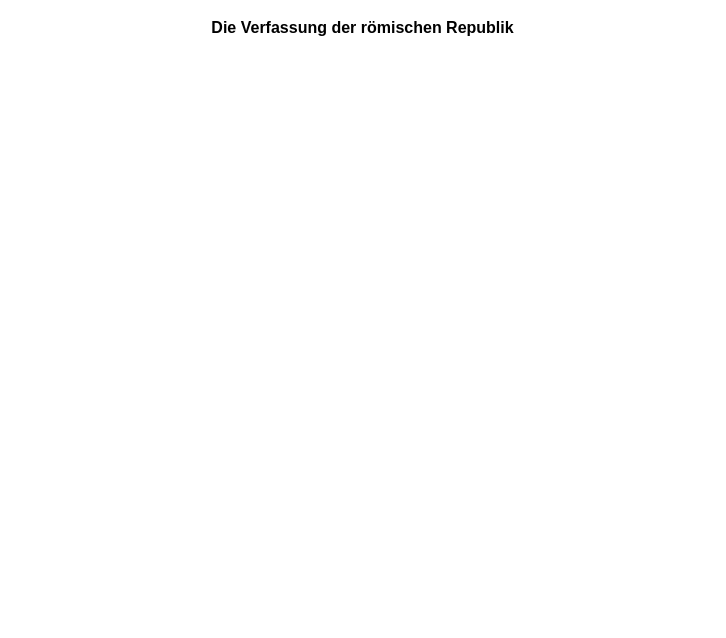
Above: Verfassung römische Republik (nach Barceló 1994).drawio in eike-code/eike-code.github.io (draw.io), before the change. Source tidied: cells renumbered, new cells numbered last; positions are measured from the earlier drawing's top-left corner, leaving out a move shared by most shapes. Both pictures are drawn from the tidied source at 100%, with x=0, y=0 at pixel (197, 17).
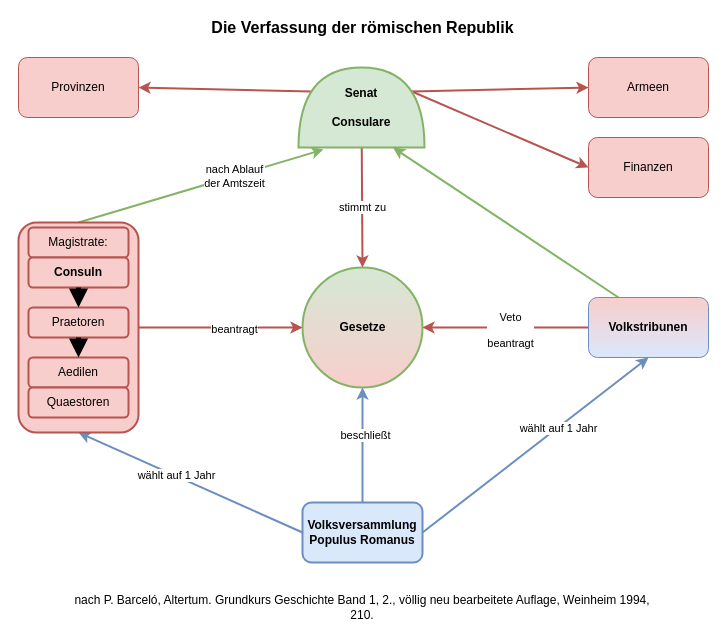
Above is the later version.

The edit, as a diff of the source:
```diff
@@
+    <mxCell id="3" value="&lt;b&gt;&lt;font face=&quot;Cardo&quot;&gt;Gesetze&lt;/font&gt;&lt;/b&gt;" style="ellipse;html=1;strokeWidth=2;fillColor=#d5e8d4;strokeColor=#82b366;gradientColor=#F8CeCC;" parent="1" vertex="1">
+      <mxGeometry x="105" y="250" width="120" height="120" as="geometry" />
+    </mxCell>
+    <mxCell id="4" value="&lt;font face=&quot;Cardo&quot;&gt;stimmt zu&lt;br&gt;&lt;/font&gt;" style="rounded=0;jettySize=auto;html=1;entryX=0.5;entryY=0;entryDx=0;entryDy=0;strokeWidth=2;fillColor=#f8cecc;strokeColor=#b85450;" parent="1" edge="1" source="8" target="3">
+      <mxGeometry relative="1" as="geometry" />
+    </mxCell>
+    <mxCell id="5" style="jettySize=auto;html=1;exitX=0.7;exitY=0.9;exitDx=0;exitDy=0;exitPerimeter=0;entryX=0;entryY=0.5;entryDx=0;entryDy=0;startArrow=none;startFill=0;endArrow=classic;endFill=1;strokeColor=#b85450;rounded=0;strokeWidth=2;fillColor=#f8cecc;" parent="1" edge="1" source="8" target="20">
+      <mxGeometry relative="1" as="geometry" />
+    </mxCell>
+    <mxCell id="6" style="edgeStyle=none;rounded=0;jettySize=auto;html=1;exitX=0.7;exitY=0.9;exitDx=0;exitDy=0;exitPerimeter=0;entryX=0;entryY=0.5;entryDx=0;entryDy=0;startArrow=none;startFill=0;endArrow=classic;endFill=1;strokeColor=#b85450;fillColor=#f8cecc;strokeWidth=2;" parent="1" edge="1" source="8" target="21">
+      <mxGeometry relative="1" as="geometry" />
+    </mxCell>
+    <mxCell id="7" style="edgeStyle=none;rounded=0;jettySize=auto;html=1;exitX=0.7;exitY=0.1;exitDx=0;exitDy=0;exitPerimeter=0;entryX=1;entryY=0.5;entryDx=0;entryDy=0;startArrow=none;startFill=0;endArrow=classic;endFill=1;strokeColor=#b85450;fillColor=#f8cecc;strokeWidth=2;" parent="1" edge="1" source="8" target="22">
+      <mxGeometry relative="1" as="geometry" />
+    </mxCell>
+    <mxCell id="8" value="&lt;div&gt;&lt;b&gt;&lt;font face=&quot;Cardo&quot;&gt;Senat&lt;/font&gt;&lt;/b&gt;&lt;/div&gt;&lt;div&gt;&lt;b&gt;&lt;font face=&quot;Cardo&quot;&gt;&lt;br&gt;&lt;/font&gt;&lt;/b&gt;&lt;/div&gt;&lt;div&gt;&lt;b&gt;&lt;font face=&quot;Cardo&quot;&gt;Consulare&lt;br&gt;&lt;/font&gt;&lt;/b&gt;&lt;/div&gt;" style="shape=or;whiteSpace=wrap;html=1;direction=north;strokeWidth=2;fillColor=#d5e8d4;strokeColor=#82b366;" parent="1" vertex="1">
+      <mxGeometry x="101" y="50" width="126" height="80" as="geometry" />
+    </mxCell>
+    <mxCell id="9" style="rounded=0;jettySize=auto;html=1;entryX=0.5;entryY=1;entryDx=0;entryDy=0;fillColor=#dae8fc;strokeColor=#6c8ebf;strokeWidth=2;" parent="1" edge="1" source="15" target="3">
+      <mxGeometry relative="1" as="geometry" />
+    </mxCell>
+    <mxCell id="10" value="&lt;font face=&quot;Cardo&quot;&gt;beschließt&lt;/font&gt;" style="edgeLabel;html=1;align=center;verticalAlign=middle;" parent="9" vertex="1">
+      <mxGeometry x="0.18" y="-2" relative="1" as="geometry" />
+    </mxCell>
+    <mxCell id="11" style="edgeStyle=none;rounded=0;jettySize=auto;html=1;exitX=1;exitY=0.5;exitDx=0;exitDy=0;entryX=0.5;entryY=1;entryDx=0;entryDy=0;startArrow=none;startFill=0;endArrow=classic;endFill=1;strokeColor=#6c8ebf;fillColor=#dae8fc;strokeWidth=2;" parent="1" edge="1" source="15" target="19">
+      <mxGeometry relative="1" as="geometry" />
+    </mxCell>
+    <mxCell id="12" value="&lt;font face=&quot;Cardo&quot;&gt;wählt auf 1 Jahr&lt;br&gt;&lt;/font&gt;" style="edgeLabel;html=1;align=center;verticalAlign=middle;" parent="11" vertex="1">
+      <mxGeometry x="0.19" relative="1" as="geometry">
+        <mxPoint x="1" as="offset" />
+      </mxGeometry>
+    </mxCell>
+    <mxCell id="13" style="edgeStyle=none;rounded=0;jettySize=auto;html=1;exitX=0;exitY=0.5;exitDx=0;exitDy=0;entryX=0.5;entryY=1;entryDx=0;entryDy=0;startArrow=none;startFill=0;endArrow=classic;endFill=1;strokeColor=#6c8ebf;strokeWidth=2;fillColor=#dae8fc;" parent="1" edge="1" source="15" target="28">
+      <mxGeometry relative="1" as="geometry" />
+    </mxCell>
+    <mxCell id="14" value="wählt auf 1 Jahr" style="edgeLabel;html=1;align=center;verticalAlign=middle;" parent="13" vertex="1">
+      <mxGeometry x="0.13" y="-1" relative="1" as="geometry" />
+    </mxCell>
+    <mxCell id="15" value="&lt;div&gt;&lt;b&gt;&lt;font face=&quot;Cardo&quot;&gt;Volksversammlung&lt;/font&gt;&lt;/b&gt;&lt;/div&gt;&lt;div&gt;&lt;b&gt;&lt;font face=&quot;Cardo&quot;&gt;Populus Romanus&lt;br&gt;&lt;/font&gt;&lt;/b&gt;&lt;/div&gt;" style="rounded=1;whiteSpace=wrap;html=1;strokeWidth=2;fillColor=#dae8fc;strokeColor=#6c8ebf;" parent="1" vertex="1">
+      <mxGeometry x="105" y="485" width="120" height="60" as="geometry" />
+    </mxCell>
+    <mxCell id="16" style="rounded=0;jettySize=auto;html=1;entryX=1;entryY=0.5;entryDx=0;entryDy=0;endArrow=classic;endFill=1;startArrow=none;startFill=0;strokeWidth=2;fillColor=#f8cecc;strokeColor=#b85450;" parent="1" edge="1" source="19" target="3">
+      <mxGeometry relative="1" as="geometry" />
+    </mxCell>
+    <mxCell id="17" value="&lt;div&gt;&lt;font face=&quot;Cardo&quot;&gt;Veto&lt;/font&gt;&lt;/div&gt;&lt;div&gt;&lt;font face=&quot;Cardo&quot;&gt;&lt;br&gt;&lt;/font&gt;&lt;/div&gt;&lt;div&gt;&lt;font face=&quot;Cardo&quot;&gt;beantragt&lt;/font&gt;&lt;/div&gt;" style="edgeLabel;html=1;align=center;verticalAlign=middle;" parent="16" vertex="1">
+      <mxGeometry x="-0.05" y="2" relative="1" as="geometry" />
+    </mxCell>
+    <mxCell id="18" style="jettySize=auto;html=1;exitX=0.25;exitY=0;exitDx=0;exitDy=0;entryX=0;entryY=0.75;entryDx=0;entryDy=0;entryPerimeter=0;startArrow=none;startFill=0;endArrow=classic;endFill=1;strokeColor=#82b366;fillColor=#d5e8d4;strokeWidth=2;" parent="1" edge="1" source="19" target="8">
+      <mxGeometry relative="1" as="geometry" />
+    </mxCell>
+    <mxCell id="19" value="&lt;b&gt;&lt;font face=&quot;Cardo&quot;&gt;Volkstribunen&lt;/font&gt;&lt;/b&gt;" style="rounded=1;whiteSpace=wrap;html=1;strokeColor=#6c8ebf;gradientColor=#DAE8FC;fillColor=#F8CECC;" parent="1" vertex="1">
+      <mxGeometry x="391" y="280" width="120" height="60" as="geometry" />
+    </mxCell>
+    <mxCell id="20" value="&lt;div&gt;&lt;font face=&quot;Cardo&quot;&gt;Armeen&lt;/font&gt;&lt;/div&gt;" style="rounded=1;whiteSpace=wrap;html=1;fillColor=#f8cecc;strokeColor=#b85450;" parent="1" vertex="1">
+      <mxGeometry x="391" y="40" width="120" height="60" as="geometry" />
+    </mxCell>
+    <mxCell id="21" value="&lt;font face=&quot;Cardo&quot;&gt;Finanzen&lt;/font&gt;" style="rounded=1;whiteSpace=wrap;html=1;fillColor=#f8cecc;strokeColor=#b85450;" parent="1" vertex="1">
+      <mxGeometry x="391" y="120" width="120" height="60" as="geometry" />
+    </mxCell>
+    <mxCell id="22" value="&lt;font face=&quot;Cardo&quot;&gt;Provinzen&lt;/font&gt;" style="rounded=1;whiteSpace=wrap;html=1;fillColor=#f8cecc;strokeColor=#b85450;" parent="1" vertex="1">
+      <mxGeometry x="-179" y="40" width="120" height="60" as="geometry" />
+    </mxCell>
+    <mxCell id="23" style="edgeStyle=none;rounded=0;jettySize=auto;html=1;exitX=1;exitY=0.5;exitDx=0;exitDy=0;entryX=0;entryY=0.5;entryDx=0;entryDy=0;startArrow=none;startFill=0;endArrow=classic;endFill=1;strokeColor=#b85450;strokeWidth=2;fillColor=#f8cecc;" parent="1" edge="1" source="28" target="3">
+      <mxGeometry relative="1" as="geometry" />
+    </mxCell>
+    <mxCell id="24" value="beantragt" style="edgeLabel;html=1;align=center;verticalAlign=middle;" parent="23" vertex="1">
+      <mxGeometry x="0.16" y="-1" relative="1" as="geometry" />
+    </mxCell>
+    <mxCell id="25" style="edgeStyle=none;rounded=0;jettySize=auto;html=1;exitX=0.5;exitY=0;exitDx=0;exitDy=0;entryX=-0.025;entryY=0.198;entryDx=0;entryDy=0;entryPerimeter=0;startArrow=none;startFill=0;endArrow=classic;endFill=1;strokeColor=#82b366;strokeWidth=2;fillColor=#d5e8d4;" parent="1" edge="1" source="28" target="8">
+      <mxGeometry relative="1" as="geometry" />
+    </mxCell>
+    <mxCell id="26" value="&lt;div&gt;nach Ablauf &lt;br&gt;&lt;/div&gt;&lt;div&gt;der Amtszeit&lt;/div&gt;" style="edgeLabel;html=1;align=center;verticalAlign=middle;" parent="25" vertex="1">
+      <mxGeometry x="0.27" relative="1" as="geometry" />
+    </mxCell>
+    <mxCell id="27" style="group;fillColor=#f8cecc;strokeColor=#b85450;rounded=1;" parent="1" vertex="1">
+      <mxGeometry x="-179" y="205" width="120" height="210" as="geometry" />
+    </mxCell>
+    <mxCell id="28" style="rounded=1;whiteSpace=wrap;html=1;strokeWidth=2;fillColor=#f8cecc;strokeColor=#b85450;" parent="27" vertex="1">
+      <mxGeometry width="120" height="210" as="geometry" />
+    </mxCell>
+    <mxCell id="29" value="Magistrate:" style="rounded=1;whiteSpace=wrap;html=1;strokeWidth=2;fillColor=#f8cecc;strokeColor=#b85450;" parent="27" vertex="1">
+      <mxGeometry x="10" y="5" width="100" height="30" as="geometry" />
+    </mxCell>
+    <mxCell id="30" value="&lt;b&gt;Consuln&lt;/b&gt;" style="rounded=1;whiteSpace=wrap;html=1;strokeWidth=2;fillColor=#f8cecc;strokeColor=#b85450;" parent="27" vertex="1">
+      <mxGeometry x="10" y="35" width="100" height="30" as="geometry" />
+    </mxCell>
+    <mxCell id="31" value="Praetoren" style="rounded=1;whiteSpace=wrap;html=1;strokeWidth=2;fillColor=#f8cecc;strokeColor=#b85450;" parent="27" vertex="1">
+      <mxGeometry x="10" y="85" width="100" height="30" as="geometry" />
+    </mxCell>
+    <mxCell id="32" value="Aedilen" style="rounded=1;whiteSpace=wrap;html=1;strokeWidth=2;fillColor=#f8cecc;strokeColor=#b85450;" parent="27" vertex="1">
+      <mxGeometry x="10" y="135" width="100" height="30" as="geometry" />
+    </mxCell>
+    <mxCell id="33" value="Quaestoren" style="rounded=1;whiteSpace=wrap;html=1;strokeWidth=2;fillColor=#f8cecc;strokeColor=#b85450;" parent="27" vertex="1">
+      <mxGeometry x="10" y="165" width="100" height="30" as="geometry" />
+    </mxCell>
+    <mxCell id="34" style="edgeStyle=none;rounded=0;orthogonalLoop=1;jettySize=auto;html=1;exitX=0.5;exitY=1;exitDx=0;exitDy=0;startArrow=none;startFill=0;endArrow=block;endFill=1;strokeColor=#000000;strokeWidth=5;" parent="27" edge="1" source="28" target="28">
+      <mxGeometry relative="1" as="geometry" />
+    </mxCell>
+    <mxCell id="35" style="edgeStyle=none;rounded=0;jettySize=auto;html=1;exitX=0.5;exitY=1;exitDx=0;exitDy=0;entryX=0.5;entryY=0;entryDx=0;entryDy=0;startArrow=none;startFill=0;endArrow=block;endFill=1;strokeColor=#000000;strokeWidth=5;" parent="27" edge="1" source="30" target="31">
+      <mxGeometry relative="1" as="geometry" />
+    </mxCell>
+    <mxCell id="36" style="edgeStyle=none;rounded=0;jettySize=auto;html=1;exitX=0.5;exitY=1;exitDx=0;exitDy=0;entryX=0.5;entryY=0;entryDx=0;entryDy=0;startArrow=none;startFill=0;endArrow=block;endFill=1;strokeColor=#000000;strokeWidth=5;" parent="27" edge="1" source="31" target="32">
+      <mxGeometry relative="1" as="geometry" />
+    </mxCell>
+    <mxCell id="37" value="&lt;font face=&quot;Cardo&quot;&gt;nach P. Barceló, Altertum. Grundkurs Geschichte Band 1, 2., völlig neu bearbeitete Auflage, Weinheim 1994, 210.&lt;/font&gt;" style="text;html=1;strokeColor=none;fillColor=none;align=center;verticalAlign=middle;whiteSpace=wrap;rounded=0;" parent="1" vertex="1">
+      <mxGeometry x="-135" y="580" width="600" height="20" as="geometry" />
+    </mxCell>
```
